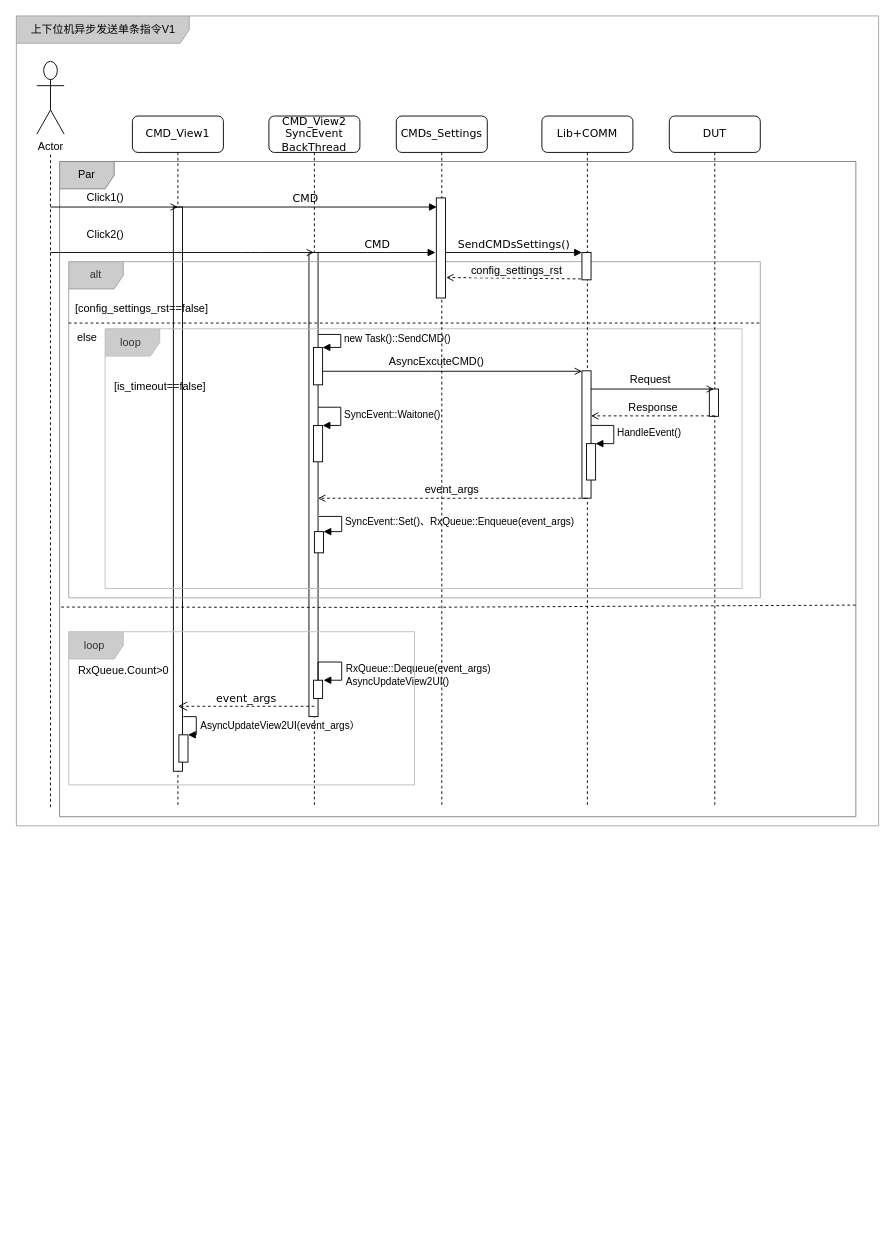
Earlier version of the draw.io diagram page "V1" (1 of 2) of Untitled Diagram.drawio (houxiaoxuan/CSharpBasicCodePractice). Source tidied: cells renumbered, new cells numbered last; positions are measured from the earlier drawing's top-left corner, leaving out a move shared by most shapes. Both pictures are drawn from the tidied source at 91%, with x=0, y=0 at pixel (15, 15).
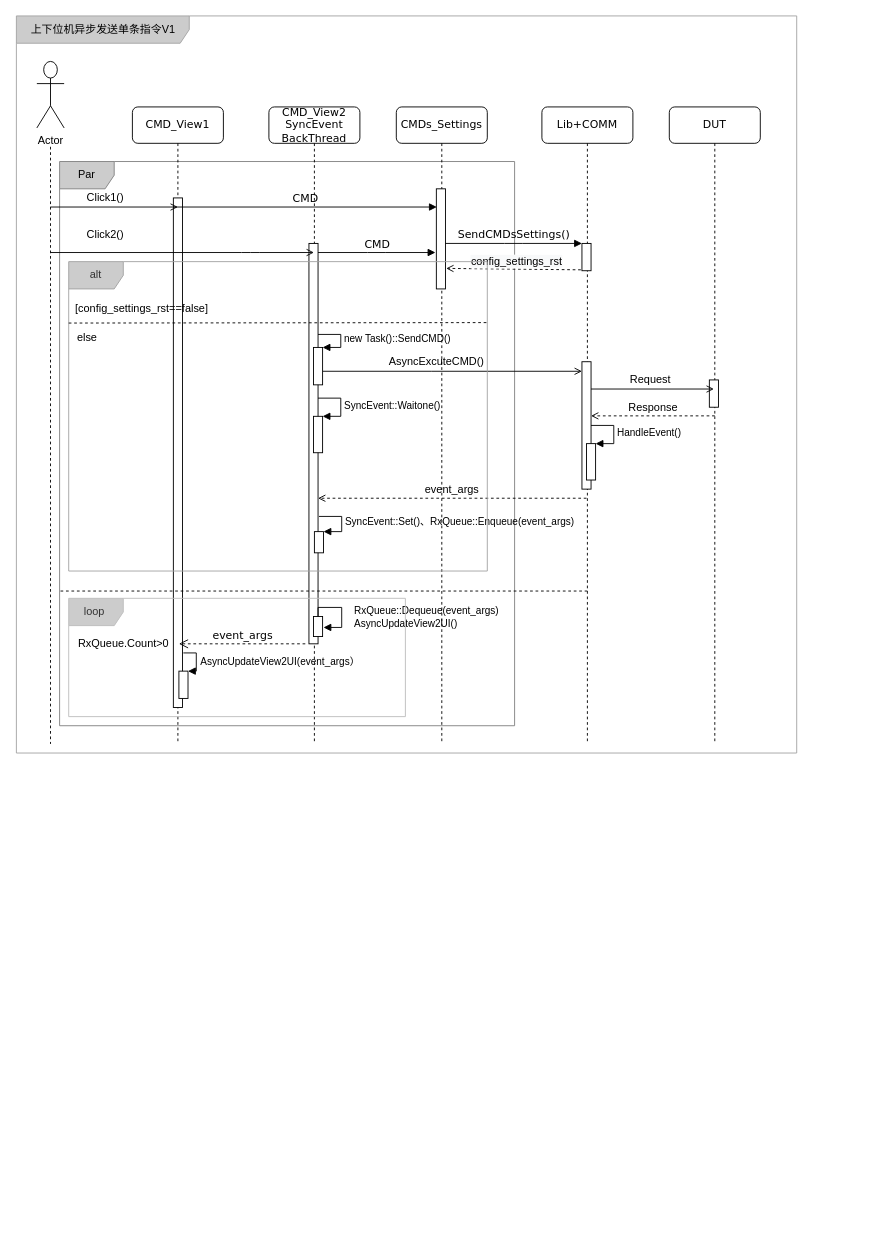
After the change.

The change refers to these unchanged cells:
```xml
<mxCell id="23" style="html=1;points=[];perimeter=orthogonalPerimeter;rounded=0;shadow=0;comic=0;labelBackgroundColor=none;strokeWidth=1;fontFamily=Verdana;fontSize=12;align=center;" parent="22" vertex="1">
  <mxGeometry x="44" y="90" width="10" height="110" as="geometry" />
</mxCell>
<mxCell id="25" style="html=1;points=[];perimeter=orthogonalPerimeter;rounded=0;shadow=0;comic=0;labelBackgroundColor=none;strokeWidth=1;fontFamily=Verdana;fontSize=12;align=center;" parent="24" vertex="1">
  <mxGeometry x="44" y="150" width="10" height="30" as="geometry" />
</mxCell>
```

The edit, as a diff of the source:
```diff
@@
     <mxCell id="2" value="上下位机异步发送单条指令V1" style="shape=umlFrame;whiteSpace=wrap;html=1;strokeColor=#A3A3A3;fillColor=#CCCCCC;width=190;height=30;" parent="1" vertex="1">
-      <mxGeometry x="0.5" width="947.5" height="890" as="geometry" />
+      <mxGeometry x="0.5" width="857.5" height="810" as="geometry" />
     </mxCell>
     <mxCell id="3" value="Par" style="shape=umlFrame;whiteSpace=wrap;html=1;fillColor=#CCCCCC;strokeColor=#808080;" parent="1" vertex="1">
-      <mxGeometry x="48" y="160" width="875" height="720" as="geometry" />
+      <mxGeometry x="48" y="160" width="500" height="620" as="geometry" />
     </mxCell>
-    <mxCell id="4" value="CMD_View1" style="shape=umlLifeline;perimeter=lifelinePerimeter;whiteSpace=wrap;html=1;rounded=1;shadow=0;comic=0;labelBackgroundColor=none;strokeWidth=1;fontFamily=Verdana;fontSize=12;align=center;" parent="1" vertex="1">
-      <mxGeometry x="128" y="110" width="100" height="760" as="geometry" />
-    </mxCell>
-    <mxCell id="5" style="html=1;perimeter=orthogonalPerimeter;rounded=0;shadow=0;comic=0;labelBackgroundColor=none;strokeWidth=1;fontFamily=Verdana;fontSize=12;align=center;" parent="4" vertex="1">
-      <mxGeometry x="45" y="100" width="10" height="620" as="geometry" />
-    </mxCell>
     <mxCell id="6" value="CMD_View2&lt;br&gt;SyncEvent&lt;br&gt;BackThread" style="shape=umlLifeline;perimeter=lifelinePerimeter;whiteSpace=wrap;html=1;outlineConnect=0;rounded=1;shadow=0;comic=0;labelBackgroundColor=none;strokeWidth=1;fontFamily=Verdana;fontSize=12;align=center;" parent="1" vertex="1">
-      <mxGeometry x="278" y="110" width="100" height="760" as="geometry" />
+      <mxGeometry x="278" y="100" width="100" height="700" as="geometry" />
     </mxCell>
     <mxCell id="7" style="html=1;points=[];perimeter=orthogonalPerimeter;rounded=0;shadow=0;comic=0;labelBackgroundColor=none;strokeWidth=1;fontFamily=Verdana;fontSize=12;align=center;" parent="6" vertex="1">
-      <mxGeometry x="44" y="150" width="10" height="510" as="geometry" />
+      <mxGeometry x="44" y="150" width="10" height="440" as="geometry" />
     </mxCell>
-    <mxCell id="8" style="html=1;perimeter=orthogonalPerimeter;fillColor=#FFFFFF;" parent="6" vertex="1">
-      <mxGeometry x="49" y="620" width="10" height="20" as="geometry" />
-    </mxCell>
@@
-    <mxCell id="12" style="group;" parent="1" vertex="1">
-      <mxGeometry x="58" y="270" width="820" height="1050" as="geometry" />
-    </mxCell>
-    <mxCell id="13" style="group;" parent="12" vertex="1">
-      <mxGeometry width="820" height="1050" as="geometry" />
-    </mxCell>
-    <mxCell id="14" value="loop&amp;nbsp;" style="shape=umlFrame;whiteSpace=wrap;html=1;fontColor=#333333;strokeColor=#BDBDBD;fillColor=#CCCCCC;" parent="13" vertex="1">
-      <mxGeometry x="40" y="73.8" width="700" height="285.4" as="geometry" />
-    </mxCell>
-    <mxCell id="15" value="alt" style="shape=umlFrame;whiteSpace=wrap;html=1;fontColor=#333333;strokeColor=#A3A3A3;fillColor=#CCCCCC;" parent="13" vertex="1">
-      <mxGeometry width="760" height="369.5" as="geometry" />
-    </mxCell>
-    <mxCell id="16" style="endArrow=none;dashed=1;html=1;labelBackgroundColor=none;" parent="13" edge="1">
-      <mxGeometry relative="1" as="geometry">
-        <mxPoint y="67.5" as="sourcePoint" />
-        <mxPoint x="760" y="67.5" as="targetPoint" />
-      </mxGeometry>
-    </mxCell>
-    <mxCell id="17" value="else" style="text;html=1;align=center;verticalAlign=middle;" parent="13" vertex="1">
-      <mxGeometry y="73.8" width="40" height="20" as="geometry" />
-    </mxCell>
-    <mxCell id="18" value="[config_settings_rst==false]" style="text;html=1;align=center;verticalAlign=middle;" parent="13" vertex="1">
-      <mxGeometry y="42.2" width="160" height="20" as="geometry" />
-    </mxCell>
-    <mxCell id="19" value="[is_timeout==false]" style="text;html=1;align=center;verticalAlign=middle;" parent="13" vertex="1">
-      <mxGeometry x="40" y="128.3" width="120" height="20" as="geometry" />
-    </mxCell>
-    <mxCell id="20" style="html=1;points=[];perimeter=orthogonalPerimeter;" parent="13" vertex="1">
-      <mxGeometry x="269" y="94.3" width="10" height="41.1" as="geometry" />
-    </mxCell>
-    <mxCell id="21" value="SendCMDsSettings()" style="html=1;verticalAlign=bottom;endArrow=block;entryX=0;entryY=0;labelBackgroundColor=none;fontFamily=Verdana;fontSize=12;edgeStyle=elbowEdgeStyle;elbow=vertical;" parent="12" edge="1" source="23" target="25">
-      <mxGeometry x="180" y="287.4" as="geometry" />
-    </mxCell>
+    <mxCell id="4" value="CMD_View1" style="shape=umlLifeline;perimeter=lifelinePerimeter;whiteSpace=wrap;html=1;rounded=1;shadow=0;comic=0;labelBackgroundColor=none;strokeWidth=1;fontFamily=Verdana;fontSize=12;align=center;" parent="1" vertex="1">
+      <mxGeometry x="128" y="100" width="100" height="700" as="geometry" />
+    </mxCell>
+    <mxCell id="5" style="html=1;perimeter=orthogonalPerimeter;rounded=0;shadow=0;comic=0;labelBackgroundColor=none;strokeWidth=1;fontFamily=Verdana;fontSize=12;align=center;" parent="4" vertex="1">
+      <mxGeometry x="45" y="100" width="10" height="560" as="geometry" />
+    </mxCell>
     <mxCell id="22" value="CMDs_Settings" style="shape=umlLifeline;perimeter=lifelinePerimeter;whiteSpace=wrap;html=1;rounded=1;shadow=0;comic=0;labelBackgroundColor=none;strokeWidth=1;fontFamily=Verdana;fontSize=12;align=center;" parent="1" vertex="1">
-      <mxGeometry x="418" y="110" width="100" height="760" as="geometry" />
+      <mxGeometry x="418" y="100" width="100" height="700" as="geometry" />
     </mxCell>
@@
     <mxCell id="24" value="Lib+COMM" style="shape=umlLifeline;perimeter=lifelinePerimeter;whiteSpace=wrap;html=1;rounded=1;shadow=0;comic=0;labelBackgroundColor=none;strokeWidth=1;fontFamily=Verdana;fontSize=12;align=center;" parent="1" vertex="1">
-      <mxGeometry x="578" y="110" width="100" height="760" as="geometry" />
+      <mxGeometry x="578" y="100" width="100" height="700" as="geometry" />
     </mxCell>
@@
     <mxCell id="27" value="DUT" style="shape=umlLifeline;perimeter=lifelinePerimeter;whiteSpace=wrap;html=1;rounded=1;shadow=0;comic=0;labelBackgroundColor=none;strokeWidth=1;fontFamily=Verdana;fontSize=12;align=center;" parent="1" vertex="1">
-      <mxGeometry x="718" y="110" width="100" height="760" as="geometry" />
+      <mxGeometry x="718" y="100" width="100" height="700" as="geometry" />
     </mxCell>
@@
-    <mxCell id="51" style="group;" parent="1" vertex="1">
-      <mxGeometry x="23" y="50" width="855" height="840" as="geometry" />
-    </mxCell>
-    <mxCell id="52" style="rounded=0;orthogonalLoop=1;jettySize=auto;html=1;labelBackgroundColor=none;startFill=0;endArrow=none;endFill=0;endSize=6;dashed=1;" parent="51" edge="1">
-      <mxGeometry x="5" y="20.5" as="geometry">
-        <mxPoint x="15" y="102.5" as="sourcePoint" />
-        <mxPoint x="15" y="820" as="targetPoint" />
-      </mxGeometry>
-    </mxCell>
-    <mxCell id="53" value="Actor" style="shape=umlActor;verticalLabelPosition=bottom;verticalAlign=top;html=1;" parent="51" vertex="1">
-      <mxGeometry width="30" height="79.9" as="geometry" />
-    </mxCell>
-    <mxCell id="54" value="RxQueue.Count&amp;gt;0" style="text;html=1;align=center;verticalAlign=middle;" parent="1" vertex="1">
-      <mxGeometry x="58" y="710" width="120" height="20" as="geometry" />
-    </mxCell>
-    <mxCell id="55" value="RxQueue::Dequeue(event_args)&lt;br&gt;AsyncUpdateView2UI()" style="edgeStyle=orthogonalEdgeStyle;html=1;align=left;spacingLeft=2;endArrow=block;rounded=0;labelBackgroundColor=none;" parent="1" edge="1">
-      <mxGeometry as="geometry">
-        <mxPoint x="332" y="730" as="sourcePoint" />
-        <mxPoint x="338" y="730" as="targetPoint" />
-        <Array as="points">
-          <mxPoint x="332" y="710" />
-          <mxPoint x="358" y="710" />
-          <mxPoint x="358" y="730" />
-        </Array>
-        <mxPoint x="24" y="-5" as="offset" />
-      </mxGeometry>
-    </mxCell>
     <mxCell id="56" value="event_args" style="html=1;verticalAlign=bottom;endArrow=open;dashed=1;endSize=8;labelBackgroundColor=none;fontFamily=Verdana;fontSize=12;entryX=0.264;entryY=0.623;entryDx=0;entryDy=0;entryPerimeter=0;" parent="1" edge="1">
-      <mxGeometry x="190" y="691.7" as="geometry">
-        <mxPoint x="328" y="758.6" as="sourcePoint" />
-        <mxPoint x="178" y="758.6" as="targetPoint" />
+      <mxGeometry x="191.1" y="623.2" as="geometry">
+        <mxPoint x="318" y="690" as="sourcePoint" />
+        <mxPoint x="179.1" y="690" as="targetPoint" />
       </mxGeometry>
     </mxCell>
     <mxCell id="57" style="group;" parent="1" vertex="1">
-      <mxGeometry x="179.1" y="770" width="19.1" height="50" as="geometry" />
+      <mxGeometry x="179.1" y="700" width="19.1" height="50" as="geometry" />
     </mxCell>
@@
-    <mxCell id="60" style="endArrow=none;dashed=1;html=1;labelBackgroundColor=none;fontFamily=Verdana;fontSize=12;entryX=1;entryY=0.677;entryDx=0;entryDy=0;entryPerimeter=0;exitX=0.002;exitY=0.68;exitDx=0;exitDy=0;exitPerimeter=0;" parent="1" edge="1" source="3" target="3">
+    <mxCell id="60" style="endArrow=none;dashed=1;html=1;labelBackgroundColor=none;fontFamily=Verdana;fontSize=12;" parent="1" edge="1">
       <mxGeometry relative="1" as="geometry">
+        <mxPoint x="49" y="632" as="sourcePoint" />
+        <mxPoint x="628" y="632" as="targetPoint" />
         <Array as="points">
-          <mxPoint x="418" y="650" />
+          <mxPoint x="418" y="632" />
         </Array>
       </mxGeometry>
     </mxCell>
+    <mxCell id="21" value="SendCMDsSettings()" style="html=1;verticalAlign=bottom;endArrow=block;entryX=0;entryY=0;labelBackgroundColor=none;fontFamily=Verdana;fontSize=12;edgeStyle=elbowEdgeStyle;elbow=vertical;" parent="1" edge="1" source="23" target="25">
+      <mxGeometry x="360" y="567.4" as="geometry" />
+    </mxCell>
+    <mxCell id="15" value="alt" style="shape=umlFrame;whiteSpace=wrap;html=1;fontColor=#333333;strokeColor=#A3A3A3;fillColor=#CCCCCC;" parent="1" vertex="1">
+      <mxGeometry x="58" y="270" width="460" height="340" as="geometry" />
+    </mxCell>
+    <mxCell id="16" style="endArrow=none;dashed=1;html=1;labelBackgroundColor=none;" parent="1" edge="1">
+      <mxGeometry x="180" y="280" as="geometry">
+        <mxPoint x="58" y="337.5" as="sourcePoint" />
+        <mxPoint x="518" y="337" as="targetPoint" />
+      </mxGeometry>
+    </mxCell>
+    <mxCell id="17" value="else" style="text;html=1;align=center;verticalAlign=middle;" parent="1" vertex="1">
+      <mxGeometry x="58" y="343.8" width="40" height="20" as="geometry" />
+    </mxCell>
+    <mxCell id="18" value="[config_settings_rst==false]" style="text;html=1;align=center;verticalAlign=middle;" parent="1" vertex="1">
+      <mxGeometry x="58" y="312.2" width="160" height="20" as="geometry" />
+    </mxCell>
+    <mxCell id="20" style="html=1;points=[];perimeter=orthogonalPerimeter;" parent="1" vertex="1">
+      <mxGeometry x="327" y="364.3" width="10" height="41.1" as="geometry" />
+    </mxCell>
+    <mxCell id="55" value="RxQueue::Dequeue(event_args)&lt;br&gt;AsyncUpdateView2UI()" style="edgeStyle=orthogonalEdgeStyle;html=1;align=left;spacingLeft=2;endArrow=block;rounded=0;labelBackgroundColor=none;" parent="1" edge="1">
+      <mxGeometry as="geometry">
+        <mxPoint x="332" y="673" as="sourcePoint" />
+        <mxPoint x="338" y="672" as="targetPoint" />
+        <Array as="points">
+          <mxPoint x="332" y="650" />
+          <mxPoint x="358" y="650" />
+          <mxPoint x="358" y="672" />
+        </Array>
+        <mxPoint x="33" y="-12" as="offset" />
+      </mxGeometry>
+    </mxCell>
+    <mxCell id="8" style="html=1;perimeter=orthogonalPerimeter;fillColor=#FFFFFF;" parent="1" vertex="1">
+      <mxGeometry x="327" y="660" width="10" height="22" as="geometry" />
+    </mxCell>
+    <mxCell id="62" style="group;" parent="1" vertex="1">
+      <mxGeometry x="58" y="640" width="370" height="130" as="geometry" />
+    </mxCell>
-    <mxCell id="61" value="loop&amp;nbsp;" style="shape=umlFrame;whiteSpace=wrap;html=1;fontColor=#333333;strokeColor=#BDBDBD;fillColor=#CCCCCC;" parent="1" vertex="1">
-      <mxGeometry x="58" y="676.7" width="380" height="168.3" as="geometry" />
+    <mxCell id="61" value="loop&amp;nbsp;" style="shape=umlFrame;whiteSpace=wrap;html=1;fontColor=#333333;strokeColor=#BDBDBD;fillColor=#CCCCCC;" parent="62" vertex="1">
+      <mxGeometry width="370" height="130" as="geometry" />
     </mxCell>
+    <mxCell id="54" value="RxQueue.Count&amp;gt;0" style="text;html=1;align=center;verticalAlign=middle;" parent="62" vertex="1">
+      <mxGeometry y="40" width="120" height="20" as="geometry" />
+    </mxCell>
+    <mxCell id="63" style="group;" parent="1" vertex="1">
+      <mxGeometry x="23" y="50" width="30" height="750" as="geometry" />
+    </mxCell>
+    <mxCell id="52" style="rounded=0;orthogonalLoop=1;jettySize=auto;html=1;labelBackgroundColor=none;startFill=0;endArrow=none;endFill=0;endSize=6;dashed=1;" parent="63" edge="1">
+      <mxGeometry x="5" y="18.8" as="geometry">
+        <mxPoint x="15" y="93.8" as="sourcePoint" />
+        <mxPoint x="15" y="750" as="targetPoint" />
+      </mxGeometry>
+    </mxCell>
+    <mxCell id="53" value="Actor" style="shape=umlActor;verticalLabelPosition=bottom;verticalAlign=top;html=1;" parent="63" vertex="1">
+      <mxGeometry width="30" height="73.1" as="geometry" />
+    </mxCell>
```
